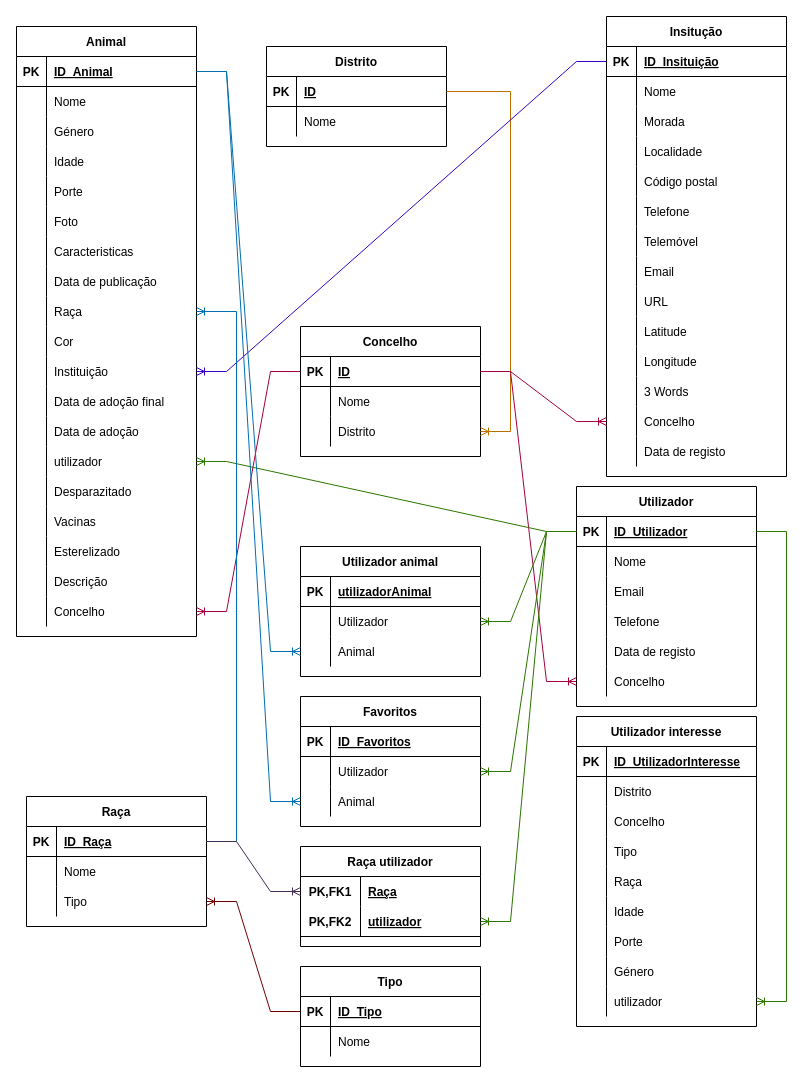
diogosousa034/pap keeps this draw.io diagram as Database diagram1.drawio. Above is the earlier version. Source tidied: cells renumbered, new cells numbered last; positions are measured from the earlier drawing's top-left corner, leaving out a move shared by most shapes. Both pictures are drawn from the tidied source at 100%, with x=0, y=0 at pixel (16, 16).
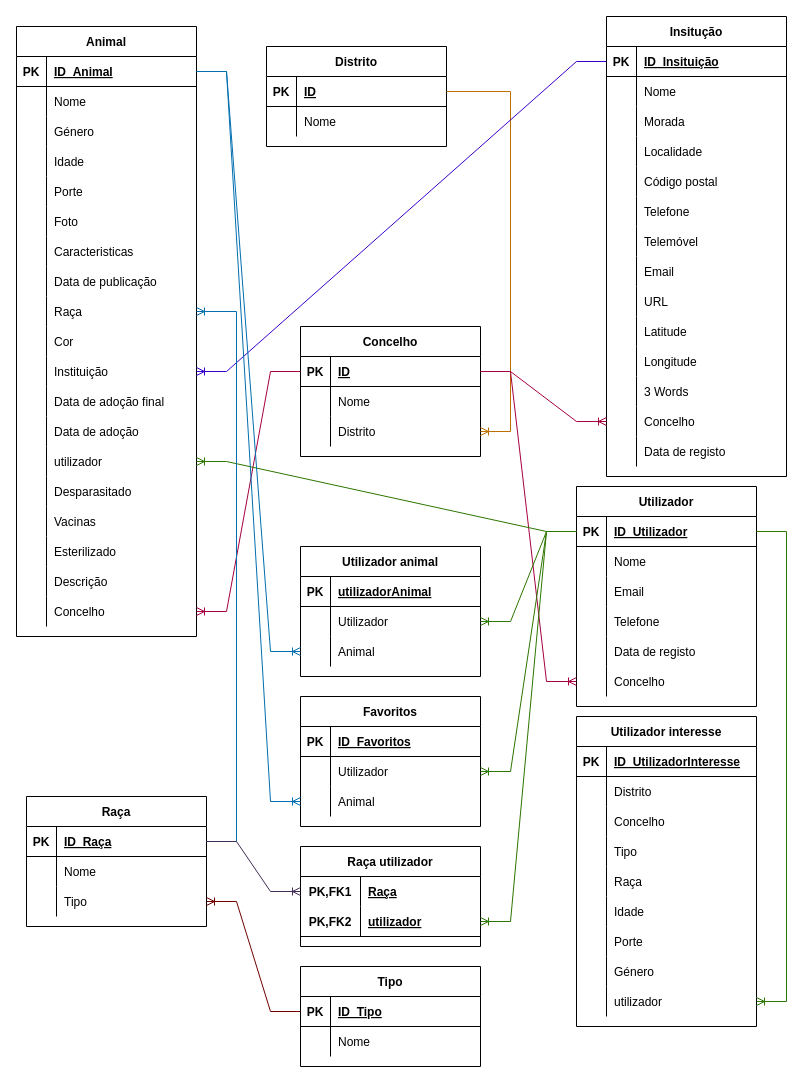
The same diagram, later.

The change refers to these unchanged cells:
```xml
<mxCell id="134" style="shape=tableRow;horizontal=0;startSize=0;swimlaneHead=0;swimlaneBody=0;fillColor=none;top=0;left=0;right=0;bottom=0;" parent="91" vertex="1">
  <mxGeometry y="450" width="180" height="30" as="geometry" />
</mxCell>
<mxCell id="140" style="shape=tableRow;horizontal=0;startSize=0;swimlaneHead=0;swimlaneBody=0;fillColor=none;top=0;left=0;right=0;bottom=0;" parent="91" vertex="1">
  <mxGeometry y="510" width="180" height="30" as="geometry" />
</mxCell>
```

Diff of the diagram source:
```diff
@@
-    <mxCell id="136" value="Desparazitado" style="shape=partialRectangle;fillColor=none;top=0;left=0;bottom=0;right=0;align=left;spacingLeft=6;overflow=hidden;" parent="134" vertex="1">
+    <mxCell id="136" value="Desparasitado" style="shape=partialRectangle;fillColor=none;top=0;left=0;bottom=0;right=0;align=left;spacingLeft=6;overflow=hidden;" parent="134" vertex="1">
       <mxGeometry x="30" width="150" height="30" as="geometry" />
     </mxCell>
@@
-    <mxCell id="142" value="Esterelizado" style="shape=partialRectangle;fillColor=none;top=0;left=0;bottom=0;right=0;align=left;spacingLeft=6;overflow=hidden;" parent="140" vertex="1">
+    <mxCell id="142" value="Esterilizado" style="shape=partialRectangle;fillColor=none;top=0;left=0;bottom=0;right=0;align=left;spacingLeft=6;overflow=hidden;" parent="140" vertex="1">
       <mxGeometry x="30" width="150" height="30" as="geometry" />
     </mxCell>
```
